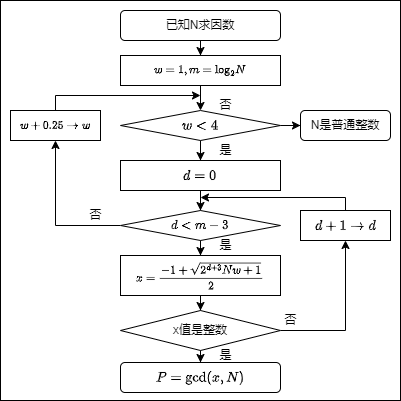
Before: 未命名绘图.drawio.png, a diagram exported from draw.io (lynxswf/lynxswf). Source tidied: cells renumbered, new cells last; positions are measured from the earlier drawing's top-left corner, leaving out a move shared by most shapes.
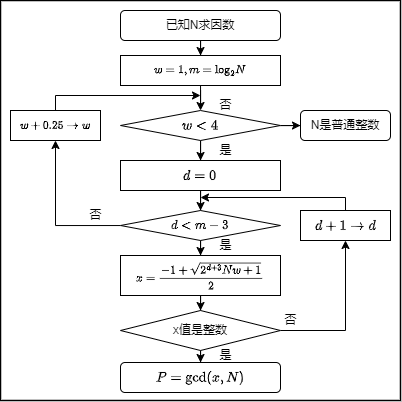
Later version of the same file.

Commit message:
更新未命名绘图.drawio.png

Change to the diagram source:
```diff
@@ -2,7 +2,7 @@
   <root>
     <mxCell id="0" />
     <mxCell id="1" parent="0" />
-    <mxCell id="2" style="whiteSpace=wrap;html=1;fillColor=none;" parent="1" vertex="1">
+    <mxCell id="2" style="whiteSpace=wrap;html=1;fillColor=default;strokeWidth=1.5;perimeterSpacing=0;" parent="1" vertex="1">
       <mxGeometry width="400" height="400" as="geometry" />
     </mxCell>
     <mxCell id="3" style="edgeStyle=orthogonalEdgeStyle;rounded=0;jettySize=auto;html=1;" parent="1" edge="1" source="4" target="6">
```
